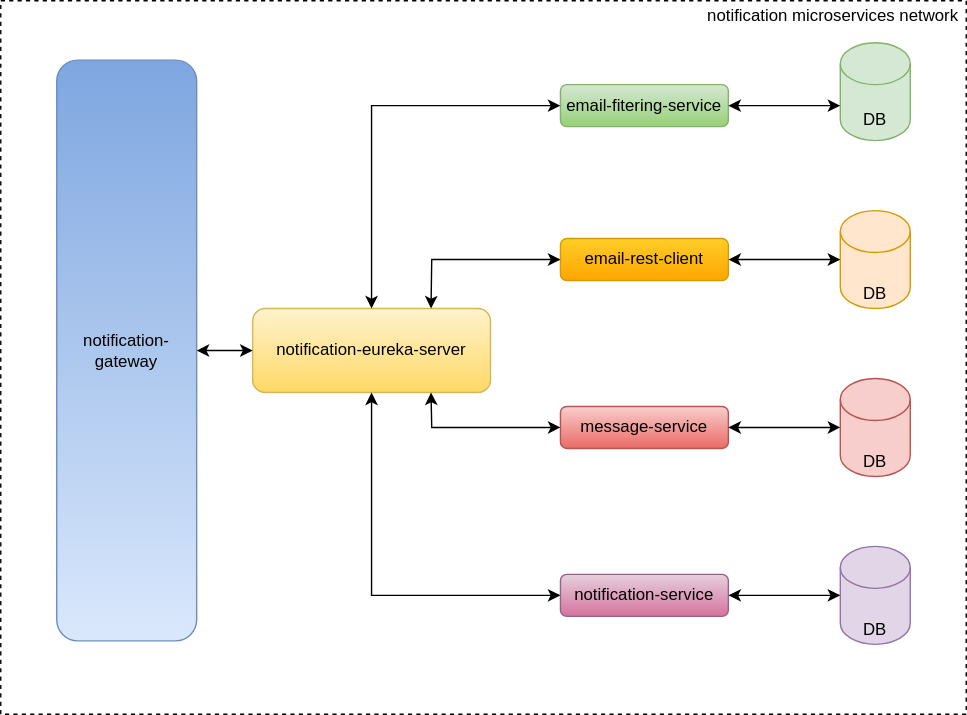
Above: images/notification-microservices-overview.svg in konopkagrzegorz/notification-microservices (draw.io), before the change. Source tidied: cells renumbered, new cells last; positions are measured from the earlier drawing's top-left corner, leaving out a move shared by most shapes. Source of this version:
```xml
<mxGraphModel>
  <root>
    <mxCell id="0" />
    <mxCell id="1" parent="0" />
    <mxCell id="2" style="rounded=0;whiteSpace=wrap;html=1;" parent="1" vertex="1">
      <mxGeometry x="330" y="240" width="120" height="60" as="geometry" />
    </mxCell>
    <mxCell id="3" style="rounded=0;whiteSpace=wrap;html=1;dashed=1;" parent="1" vertex="1">
      <mxGeometry width="690" height="510" as="geometry" />
    </mxCell>
    <mxCell id="4" value="notification microservices network" style="text;html=1;strokeColor=none;fillColor=none;align=center;verticalAlign=middle;whiteSpace=wrap;rounded=0;dashed=1;" parent="1" vertex="1">
      <mxGeometry x="500" y="10" width="190" as="geometry" />
    </mxCell>
    <mxCell id="5" style="shape=cylinder3;whiteSpace=wrap;html=1;boundedLbl=1;backgroundOutline=1;size=15;fillColor=#d5e8d4;strokeColor=#82b366;" parent="1" vertex="1">
      <mxGeometry x="600" y="30" width="50" height="70" as="geometry" />
    </mxCell>
    <mxCell id="6" style="shape=cylinder3;whiteSpace=wrap;html=1;boundedLbl=1;backgroundOutline=1;size=15;fillColor=#ffe6cc;strokeColor=#d79b00;" parent="1" vertex="1">
      <mxGeometry x="600" y="150" width="50" height="70" as="geometry" />
    </mxCell>
    <mxCell id="7" style="shape=cylinder3;whiteSpace=wrap;html=1;boundedLbl=1;backgroundOutline=1;size=15;fillColor=#e1d5e7;strokeColor=#9673a6;" parent="1" vertex="1">
      <mxGeometry x="600" y="390" width="50" height="70" as="geometry" />
    </mxCell>
    <mxCell id="8" value="DB" style="text;html=1;strokeColor=none;fillColor=none;align=center;verticalAlign=middle;whiteSpace=wrap;rounded=0;" parent="1" vertex="1">
      <mxGeometry x="615" y="70" width="20" height="30" as="geometry" />
    </mxCell>
    <mxCell id="9" value="DB" style="text;html=1;strokeColor=none;fillColor=none;align=center;verticalAlign=middle;whiteSpace=wrap;rounded=0;" parent="1" vertex="1">
      <mxGeometry x="615" y="195" width="20" height="30" as="geometry" />
    </mxCell>
    <mxCell id="10" value="DB" style="text;html=1;strokeColor=none;fillColor=none;align=center;verticalAlign=middle;whiteSpace=wrap;rounded=0;" parent="1" vertex="1">
      <mxGeometry x="615" y="435" width="20" height="30" as="geometry" />
    </mxCell>
    <mxCell id="11" value="email-fitering-service" style="rounded=1;whiteSpace=wrap;html=1;fillColor=#d5e8d4;gradientColor=#97d077;strokeColor=#82b366;" parent="1" vertex="1">
      <mxGeometry x="400" y="60" width="120" height="30" as="geometry" />
    </mxCell>
    <mxCell id="12" value="email-rest-client" style="rounded=1;whiteSpace=wrap;html=1;fillColor=#ffcd28;gradientColor=#ffa500;strokeColor=#d79b00;" parent="1" vertex="1">
      <mxGeometry x="400" y="170" width="120" height="30" as="geometry" />
    </mxCell>
    <mxCell id="13" value="message-service" style="rounded=1;whiteSpace=wrap;html=1;fillColor=#f8cecc;gradientColor=#ea6b66;strokeColor=#b85450;" parent="1" vertex="1">
      <mxGeometry x="400" y="290" width="120" height="30" as="geometry" />
    </mxCell>
    <mxCell id="14" style="shape=cylinder3;whiteSpace=wrap;html=1;boundedLbl=1;backgroundOutline=1;size=15;fillColor=#f8cecc;strokeColor=#b85450;" parent="1" vertex="1">
      <mxGeometry x="600" y="270" width="50" height="70" as="geometry" />
    </mxCell>
    <mxCell id="15" value="DB" style="text;html=1;strokeColor=none;fillColor=none;align=center;verticalAlign=middle;whiteSpace=wrap;rounded=0;" parent="1" vertex="1">
      <mxGeometry x="615" y="315" width="20" height="30" as="geometry" />
    </mxCell>
    <mxCell id="16" value="notification-service" style="rounded=1;whiteSpace=wrap;html=1;fillColor=#e6d0de;gradientColor=#d5739d;strokeColor=#996185;" parent="1" vertex="1">
      <mxGeometry x="400" y="410" width="120" height="30" as="geometry" />
    </mxCell>
    <mxCell id="17" value="&lt;div&gt;notification-eureka-server&lt;/div&gt;" style="rounded=1;whiteSpace=wrap;html=1;fillColor=#fff2cc;gradientColor=#ffd966;strokeColor=#d6b656;" parent="1" vertex="1">
      <mxGeometry x="180" y="220" width="170" height="60" as="geometry" />
    </mxCell>
    <mxCell id="18" style="endArrow=classic;startArrow=classic;html=1;rounded=0;exitX=1;exitY=0.5;exitDx=0;exitDy=0;entryX=0;entryY=0;entryDx=0;entryDy=45;entryPerimeter=0;" parent="1" edge="1" source="11" target="5">
      <mxGeometry relative="1" as="geometry" />
    </mxCell>
    <mxCell id="19" style="endArrow=classic;startArrow=classic;html=1;rounded=0;entryX=1;entryY=0.5;entryDx=0;entryDy=0;exitX=0;exitY=0.5;exitDx=0;exitDy=0;exitPerimeter=0;" parent="1" edge="1" source="6" target="12">
      <mxGeometry relative="1" as="geometry" />
    </mxCell>
    <mxCell id="20" style="endArrow=classic;startArrow=classic;html=1;rounded=0;exitX=1;exitY=0.5;exitDx=0;exitDy=0;entryX=0;entryY=0.5;entryDx=0;entryDy=0;entryPerimeter=0;" parent="1" edge="1" source="13" target="14">
      <mxGeometry relative="1" as="geometry" />
    </mxCell>
    <mxCell id="21" value="notification-gateway" style="rounded=1;whiteSpace=wrap;html=1;direction=west;labelPosition=center;verticalLabelPosition=middle;align=center;verticalAlign=middle;textDirection=rtl;fillColor=#dae8fc;gradientColor=#7ea6e0;strokeColor=#6c8ebf;" parent="1" vertex="1">
      <mxGeometry x="40" y="42.5" width="100" height="415" as="geometry" />
    </mxCell>
    <mxCell id="22" style="endArrow=classic;startArrow=classic;html=1;rounded=0;exitX=1;exitY=0.5;exitDx=0;exitDy=0;entryX=0;entryY=0.5;entryDx=0;entryDy=0;entryPerimeter=0;" parent="1" edge="1" source="16" target="7">
      <mxGeometry relative="1" as="geometry" />
    </mxCell>
    <mxCell id="23" style="endArrow=classic;startArrow=classic;html=1;rounded=0;entryX=0.5;entryY=1;entryDx=0;entryDy=0;exitX=0;exitY=0.5;exitDx=0;exitDy=0;" parent="1" edge="1" source="16" target="17">
      <mxGeometry relative="1" as="geometry">
        <Array as="points">
          <mxPoint x="265" y="425" />
        </Array>
      </mxGeometry>
    </mxCell>
    <mxCell id="24" style="endArrow=classic;startArrow=classic;html=1;rounded=0;exitX=0.75;exitY=1;exitDx=0;exitDy=0;entryX=0;entryY=0.5;entryDx=0;entryDy=0;" parent="1" edge="1" source="17" target="13">
      <mxGeometry relative="1" as="geometry">
        <Array as="points">
          <mxPoint x="308" y="305" />
        </Array>
      </mxGeometry>
    </mxCell>
    <mxCell id="25" style="endArrow=classic;startArrow=classic;html=1;rounded=0;exitX=0.5;exitY=0;exitDx=0;exitDy=0;entryX=0;entryY=0.5;entryDx=0;entryDy=0;" parent="1" edge="1" source="17" target="11">
      <mxGeometry relative="1" as="geometry">
        <Array as="points">
          <mxPoint x="265" y="75" />
        </Array>
      </mxGeometry>
    </mxCell>
    <mxCell id="26" style="endArrow=classic;startArrow=classic;html=1;rounded=0;exitX=0;exitY=0.5;exitDx=0;exitDy=0;entryX=0.75;entryY=0;entryDx=0;entryDy=0;" parent="1" edge="1" source="12" target="17">
      <mxGeometry relative="1" as="geometry">
        <Array as="points">
          <mxPoint x="308" y="185" />
        </Array>
      </mxGeometry>
    </mxCell>
    <mxCell id="27" style="endArrow=classic;startArrow=classic;html=1;rounded=0;exitX=0;exitY=0.5;exitDx=0;exitDy=0;entryX=0;entryY=0.5;entryDx=0;entryDy=0;" parent="1" edge="1" source="21" target="17">
      <mxGeometry relative="1" as="geometry" />
    </mxCell>
  </root>
</mxGraphModel>
```
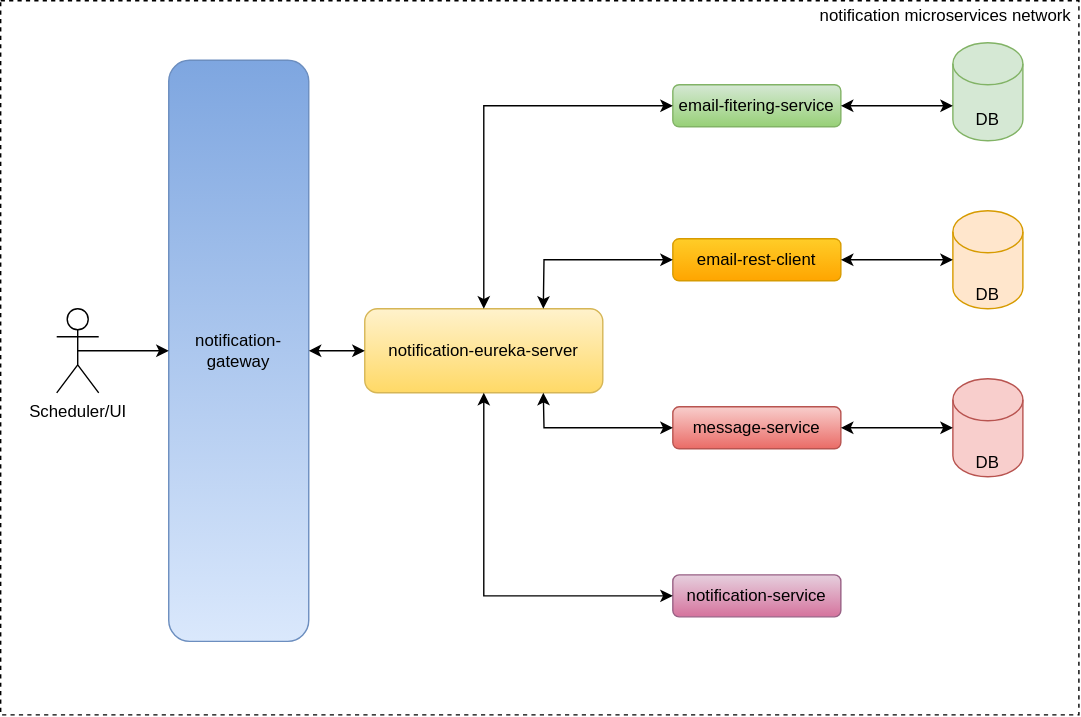
Later version of the same file.

Diff of the diagram source:
```diff
@@ -6,7 +6,7 @@
       <mxGeometry x="330" y="240" width="120" height="60" as="geometry" />
     </mxCell>
     <mxCell id="3" style="rounded=0;whiteSpace=wrap;html=1;dashed=1;" parent="1" vertex="1">
-      <mxGeometry width="690" height="510" as="geometry" />
+      <mxGeometry x="-80" width="770" height="510" as="geometry" />
     </mxCell>
     <mxCell id="4" value="notification microservices network" style="text;html=1;strokeColor=none;fillColor=none;align=center;verticalAlign=middle;whiteSpace=wrap;rounded=0;dashed=1;" parent="1" vertex="1">
       <mxGeometry x="500" y="10" width="190" as="geometry" />
@@ -17,18 +17,12 @@
     <mxCell id="6" style="shape=cylinder3;whiteSpace=wrap;html=1;boundedLbl=1;backgroundOutline=1;size=15;fillColor=#ffe6cc;strokeColor=#d79b00;" parent="1" vertex="1">
       <mxGeometry x="600" y="150" width="50" height="70" as="geometry" />
     </mxCell>
-    <mxCell id="7" style="shape=cylinder3;whiteSpace=wrap;html=1;boundedLbl=1;backgroundOutline=1;size=15;fillColor=#e1d5e7;strokeColor=#9673a6;" parent="1" vertex="1">
-      <mxGeometry x="600" y="390" width="50" height="70" as="geometry" />
-    </mxCell>
     <mxCell id="8" value="DB" style="text;html=1;strokeColor=none;fillColor=none;align=center;verticalAlign=middle;whiteSpace=wrap;rounded=0;" parent="1" vertex="1">
       <mxGeometry x="615" y="70" width="20" height="30" as="geometry" />
     </mxCell>
     <mxCell id="9" value="DB" style="text;html=1;strokeColor=none;fillColor=none;align=center;verticalAlign=middle;whiteSpace=wrap;rounded=0;" parent="1" vertex="1">
       <mxGeometry x="615" y="195" width="20" height="30" as="geometry" />
     </mxCell>
-    <mxCell id="10" value="DB" style="text;html=1;strokeColor=none;fillColor=none;align=center;verticalAlign=middle;whiteSpace=wrap;rounded=0;" parent="1" vertex="1">
-      <mxGeometry x="615" y="435" width="20" height="30" as="geometry" />
-    </mxCell>
     <mxCell id="11" value="email-fitering-service" style="rounded=1;whiteSpace=wrap;html=1;fillColor=#d5e8d4;gradientColor=#97d077;strokeColor=#82b366;" parent="1" vertex="1">
       <mxGeometry x="400" y="60" width="120" height="30" as="geometry" />
     </mxCell>
@@ -62,9 +56,6 @@
     <mxCell id="21" value="notification-gateway" style="rounded=1;whiteSpace=wrap;html=1;direction=west;labelPosition=center;verticalLabelPosition=middle;align=center;verticalAlign=middle;textDirection=rtl;fillColor=#dae8fc;gradientColor=#7ea6e0;strokeColor=#6c8ebf;" parent="1" vertex="1">
       <mxGeometry x="40" y="42.5" width="100" height="415" as="geometry" />
     </mxCell>
-    <mxCell id="22" style="endArrow=classic;startArrow=classic;html=1;rounded=0;exitX=1;exitY=0.5;exitDx=0;exitDy=0;entryX=0;entryY=0.5;entryDx=0;entryDy=0;entryPerimeter=0;" parent="1" edge="1" source="16" target="7">
-      <mxGeometry relative="1" as="geometry" />
-    </mxCell>
     <mxCell id="23" style="endArrow=classic;startArrow=classic;html=1;rounded=0;entryX=0.5;entryY=1;entryDx=0;entryDy=0;exitX=0;exitY=0.5;exitDx=0;exitDy=0;" parent="1" edge="1" source="16" target="17">
       <mxGeometry relative="1" as="geometry">
         <Array as="points">
@@ -96,5 +87,11 @@
     <mxCell id="27" style="endArrow=classic;startArrow=classic;html=1;rounded=0;exitX=0;exitY=0.5;exitDx=0;exitDy=0;entryX=0;entryY=0.5;entryDx=0;entryDy=0;" parent="1" edge="1" source="21" target="17">
       <mxGeometry relative="1" as="geometry" />
     </mxCell>
+    <mxCell id="28" value="Scheduler/UI" style="shape=umlActor;verticalLabelPosition=bottom;verticalAlign=top;html=1;outlineConnect=0;" parent="1" vertex="1">
+      <mxGeometry x="-40" y="220" width="30" height="60" as="geometry" />
+    </mxCell>
+    <mxCell id="29" style="endArrow=classic;html=1;rounded=0;exitX=0.5;exitY=0.5;exitDx=0;exitDy=0;exitPerimeter=0;" parent="1" edge="1" source="28" target="21">
+      <mxGeometry relative="1" as="geometry" />
+    </mxCell>
   </root>
 </mxGraphModel>
```
